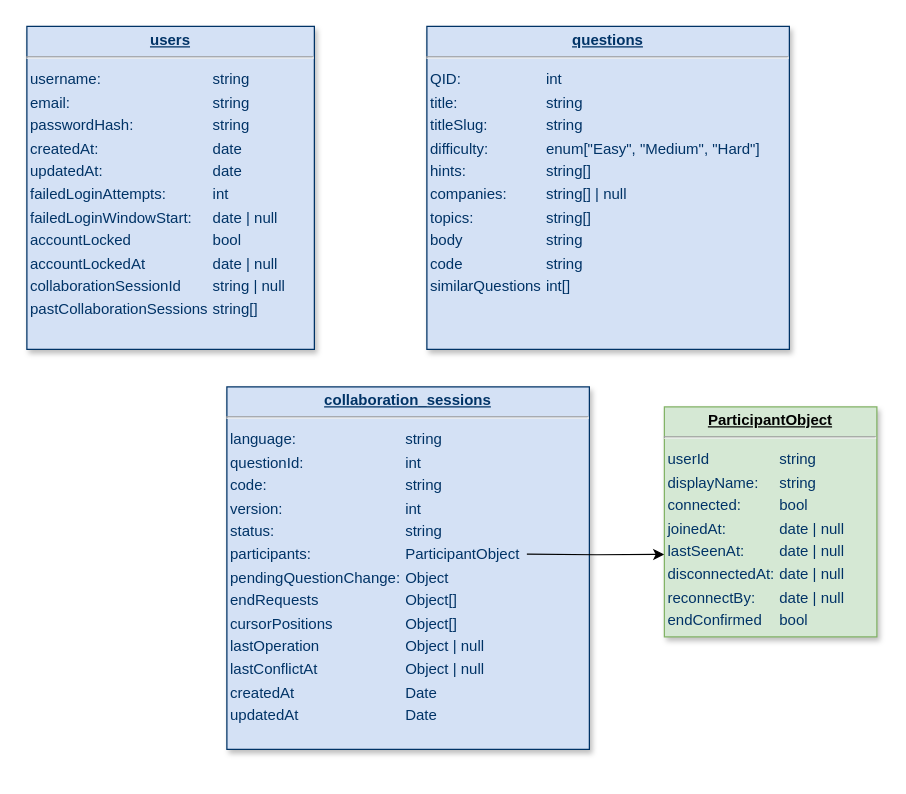
realqijun/cs3219-ay2526s1-project-g05 keeps this draw.io diagram as docs/Schemas.drawio. Above is the earlier version. Source tidied: cells renumbered, new cells numbered last; positions are measured from the earlier drawing's top-left corner, leaving out a move shared by most shapes. Both pictures are drawn from the tidied source at 125%, with x=0, y=0 at pixel (26, 26).
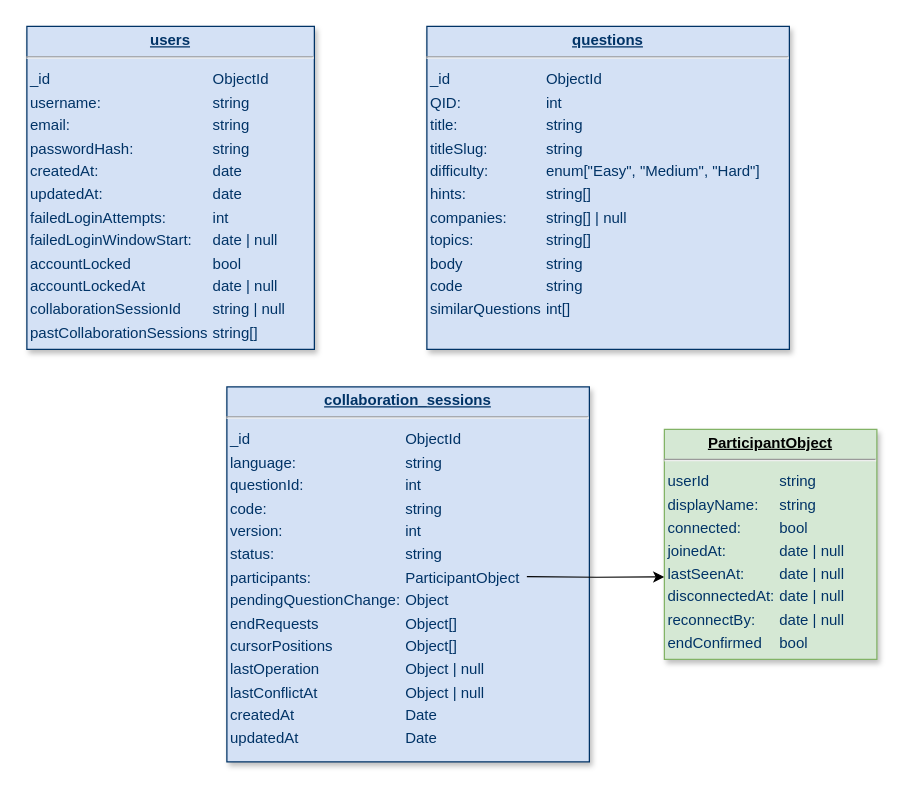
The same page after the edit.

What changed in the source:
```diff
@@
 <mxGraphModel>
   <root>
     <mxCell id="0" />
     <mxCell id="1" parent="0" />
-    <mxCell id="2" value="&lt;p style=&quot;margin: 0px; margin-top: 4px; text-align: center; text-decoration: underline;&quot;&gt;&lt;strong&gt;users&lt;/strong&gt;&lt;/p&gt;&lt;hr&gt;&lt;table style=&quot;background-color: transparent; color: light-dark(rgb(0, 51, 102), rgb(161, 205, 249));&quot;&gt;&lt;tbody&gt;&lt;tr&gt;&lt;td&gt;username:&lt;/td&gt;&lt;td&gt;string&lt;/td&gt;&lt;/tr&gt;&lt;tr&gt;&lt;td&gt;email:&lt;/td&gt;&lt;td&gt;string&lt;/td&gt;&lt;/tr&gt;&lt;tr&gt;&lt;td&gt;passwordHash:&lt;/td&gt;&lt;td&gt;string&lt;/td&gt;&lt;/tr&gt;&lt;tr&gt;&lt;td&gt;createdAt:&lt;/td&gt;&lt;td&gt;date&lt;/td&gt;&lt;/tr&gt;&lt;tr&gt;&lt;td&gt;updatedAt:&lt;/td&gt;&lt;td&gt;date&lt;/td&gt;&lt;/tr&gt;&lt;tr&gt;&lt;td&gt;failedLoginAttempts:&lt;/td&gt;&lt;td&gt;int&lt;/td&gt;&lt;/tr&gt;&lt;tr&gt;&lt;td&gt;failedLoginWindowStart:&lt;/td&gt;&lt;td&gt;date | null&lt;/td&gt;&lt;/tr&gt;&lt;tr&gt;&lt;td&gt;accountLocked&lt;/td&gt;&lt;td&gt;bool&lt;/td&gt;&lt;/tr&gt;&lt;tr&gt;&lt;td&gt;accountLockedAt&lt;/td&gt;&lt;td&gt;date | null&lt;/td&gt;&lt;/tr&gt;&lt;tr&gt;&lt;td&gt;collaborationSessionId&lt;/td&gt;&lt;td&gt;string | null&lt;/td&gt;&lt;/tr&gt;&lt;tr&gt;&lt;td&gt;pastCollaborationSessions&lt;/td&gt;&lt;td&gt;string[]&lt;/td&gt;&lt;/tr&gt;&lt;/tbody&gt;&lt;/table&gt;&lt;br&gt;&lt;p&gt;&lt;/p&gt;" style="verticalAlign=top;align=left;overflow=fill;fontSize=12;fontFamily=Helvetica;html=1;strokeColor=#003366;shadow=1;fillColor=#D4E1F5;fontColor=#003366;" parent="1" vertex="1">
+    <mxCell id="2" value="&lt;p style=&quot;margin: 0px; margin-top: 4px; text-align: center; text-decoration: underline;&quot;&gt;&lt;strong&gt;users&lt;/strong&gt;&lt;/p&gt;&lt;hr&gt;&lt;table style=&quot;background-color: transparent; color: light-dark(rgb(0, 51, 102), rgb(161, 205, 249));&quot;&gt;&lt;tbody&gt;&lt;tr&gt;&lt;td&gt;_id&lt;/td&gt;&lt;td&gt;ObjectId&lt;/td&gt;&lt;/tr&gt;&lt;tr&gt;&lt;td&gt;username:&lt;/td&gt;&lt;td&gt;string&lt;/td&gt;&lt;/tr&gt;&lt;tr&gt;&lt;td&gt;email:&lt;/td&gt;&lt;td&gt;string&lt;/td&gt;&lt;/tr&gt;&lt;tr&gt;&lt;td&gt;passwordHash:&lt;/td&gt;&lt;td&gt;string&lt;/td&gt;&lt;/tr&gt;&lt;tr&gt;&lt;td&gt;createdAt:&lt;/td&gt;&lt;td&gt;date&lt;/td&gt;&lt;/tr&gt;&lt;tr&gt;&lt;td&gt;updatedAt:&lt;/td&gt;&lt;td&gt;date&lt;/td&gt;&lt;/tr&gt;&lt;tr&gt;&lt;td&gt;failedLoginAttempts:&lt;/td&gt;&lt;td&gt;int&lt;/td&gt;&lt;/tr&gt;&lt;tr&gt;&lt;td&gt;failedLoginWindowStart:&lt;/td&gt;&lt;td&gt;date | null&lt;/td&gt;&lt;/tr&gt;&lt;tr&gt;&lt;td&gt;accountLocked&lt;/td&gt;&lt;td&gt;bool&lt;/td&gt;&lt;/tr&gt;&lt;tr&gt;&lt;td&gt;accountLockedAt&lt;/td&gt;&lt;td&gt;date | null&lt;/td&gt;&lt;/tr&gt;&lt;tr&gt;&lt;td&gt;collaborationSessionId&lt;/td&gt;&lt;td&gt;string | null&lt;/td&gt;&lt;/tr&gt;&lt;tr&gt;&lt;td&gt;pastCollaborationSessions&lt;/td&gt;&lt;td&gt;string[]&lt;/td&gt;&lt;/tr&gt;&lt;/tbody&gt;&lt;/table&gt;&lt;br&gt;&lt;p&gt;&lt;/p&gt;" style="verticalAlign=top;align=left;overflow=fill;fontSize=12;fontFamily=Helvetica;html=1;strokeColor=#003366;shadow=1;fillColor=#D4E1F5;fontColor=#003366;" parent="1" vertex="1">
       <mxGeometry y="-0.4" width="230" height="258.4" as="geometry" />
     </mxCell>
-    <mxCell id="3" value="&lt;p style=&quot;margin: 0px; margin-top: 4px; text-align: center; text-decoration: underline;&quot;&gt;&lt;b&gt;questions&lt;/b&gt;&lt;/p&gt;&lt;hr&gt;&lt;table style=&quot;background-color: transparent; color: light-dark(rgb(0, 51, 102), rgb(161, 205, 249));&quot;&gt;&lt;tbody&gt;&lt;tr&gt;&lt;td&gt;QID:&lt;/td&gt;&lt;td&gt;int&lt;/td&gt;&lt;/tr&gt;&lt;tr&gt;&lt;td&gt;title:&lt;/td&gt;&lt;td&gt;string&lt;/td&gt;&lt;/tr&gt;&lt;tr&gt;&lt;td&gt;titleSlug:&lt;/td&gt;&lt;td&gt;string&lt;/td&gt;&lt;/tr&gt;&lt;tr&gt;&lt;td&gt;difficulty:&lt;/td&gt;&lt;td&gt;enum[&quot;Easy&quot;, &quot;Medium&quot;, &quot;Hard&quot;]&lt;/td&gt;&lt;/tr&gt;&lt;tr&gt;&lt;td&gt;hints:&lt;/td&gt;&lt;td&gt;string[]&lt;/td&gt;&lt;/tr&gt;&lt;tr&gt;&lt;td&gt;companies:&lt;/td&gt;&lt;td&gt;string[] | null&lt;/td&gt;&lt;/tr&gt;&lt;tr&gt;&lt;td&gt;topics:&lt;/td&gt;&lt;td&gt;string[]&lt;/td&gt;&lt;/tr&gt;&lt;tr&gt;&lt;td&gt;body&lt;/td&gt;&lt;td&gt;string&lt;/td&gt;&lt;/tr&gt;&lt;tr&gt;&lt;td&gt;code&lt;/td&gt;&lt;td&gt;string&lt;/td&gt;&lt;/tr&gt;&lt;tr&gt;&lt;td&gt;similarQuestions&lt;/td&gt;&lt;td&gt;int[]&lt;/td&gt;&lt;/tr&gt;&lt;/tbody&gt;&lt;/table&gt;&lt;br&gt;&lt;p&gt;&lt;/p&gt;" style="verticalAlign=top;align=left;overflow=fill;fontSize=12;fontFamily=Helvetica;html=1;strokeColor=#003366;shadow=1;fillColor=#D4E1F5;fontColor=#003366;" parent="1" vertex="1">
+    <mxCell id="3" value="&lt;p style=&quot;margin: 0px; margin-top: 4px; text-align: center; text-decoration: underline;&quot;&gt;&lt;b&gt;questions&lt;/b&gt;&lt;/p&gt;&lt;hr&gt;&lt;table style=&quot;background-color: transparent; color: light-dark(rgb(0, 51, 102), rgb(161, 205, 249));&quot;&gt;&lt;tbody&gt;&lt;tr&gt;&lt;td&gt;_id&lt;/td&gt;&lt;td&gt;ObjectId&lt;/td&gt;&lt;/tr&gt;&lt;tr&gt;&lt;td&gt;QID:&lt;/td&gt;&lt;td&gt;int&lt;/td&gt;&lt;/tr&gt;&lt;tr&gt;&lt;td&gt;title:&lt;/td&gt;&lt;td&gt;string&lt;/td&gt;&lt;/tr&gt;&lt;tr&gt;&lt;td&gt;titleSlug:&lt;/td&gt;&lt;td&gt;string&lt;/td&gt;&lt;/tr&gt;&lt;tr&gt;&lt;td&gt;difficulty:&lt;/td&gt;&lt;td&gt;enum[&quot;Easy&quot;, &quot;Medium&quot;, &quot;Hard&quot;]&lt;/td&gt;&lt;/tr&gt;&lt;tr&gt;&lt;td&gt;hints:&lt;/td&gt;&lt;td&gt;string[]&lt;/td&gt;&lt;/tr&gt;&lt;tr&gt;&lt;td&gt;companies:&lt;/td&gt;&lt;td&gt;string[] | null&lt;/td&gt;&lt;/tr&gt;&lt;tr&gt;&lt;td&gt;topics:&lt;/td&gt;&lt;td&gt;string[]&lt;/td&gt;&lt;/tr&gt;&lt;tr&gt;&lt;td&gt;body&lt;/td&gt;&lt;td&gt;string&lt;/td&gt;&lt;/tr&gt;&lt;tr&gt;&lt;td&gt;code&lt;/td&gt;&lt;td&gt;string&lt;/td&gt;&lt;/tr&gt;&lt;tr&gt;&lt;td&gt;similarQuestions&lt;/td&gt;&lt;td&gt;int[]&lt;/td&gt;&lt;/tr&gt;&lt;/tbody&gt;&lt;/table&gt;&lt;br&gt;&lt;p&gt;&lt;/p&gt;" style="verticalAlign=top;align=left;overflow=fill;fontSize=12;fontFamily=Helvetica;html=1;strokeColor=#003366;shadow=1;fillColor=#D4E1F5;fontColor=#003366;" parent="1" vertex="1">
       <mxGeometry x="320" y="-0.4" width="290" height="258.4" as="geometry" />
     </mxCell>
-    <mxCell id="4" value="&lt;p style=&quot;margin: 0px; margin-top: 4px; text-align: center; text-decoration: underline;&quot;&gt;&lt;b&gt;collaboration_sessions&lt;/b&gt;&lt;/p&gt;&lt;hr&gt;&lt;table style=&quot;background-color: transparent; color: light-dark(rgb(0, 51, 102), rgb(161, 205, 249));&quot;&gt;&lt;tbody&gt;&lt;tr&gt;&lt;td&gt;language:&lt;/td&gt;&lt;td&gt;string&lt;/td&gt;&lt;/tr&gt;&lt;tr&gt;&lt;td&gt;questionId:&lt;/td&gt;&lt;td&gt;int&lt;/td&gt;&lt;/tr&gt;&lt;tr&gt;&lt;td&gt;code:&lt;/td&gt;&lt;td&gt;string&lt;/td&gt;&lt;/tr&gt;&lt;tr&gt;&lt;td&gt;version:&lt;/td&gt;&lt;td&gt;int&lt;/td&gt;&lt;/tr&gt;&lt;tr&gt;&lt;td&gt;status:&lt;/td&gt;&lt;td&gt;string&lt;/td&gt;&lt;/tr&gt;&lt;tr&gt;&lt;td&gt;participants:&lt;/td&gt;&lt;td&gt;ParticipantObject&lt;/td&gt;&lt;/tr&gt;&lt;tr&gt;&lt;td&gt;pendingQuestionChange:&lt;/td&gt;&lt;td&gt;Object&lt;/td&gt;&lt;/tr&gt;&lt;tr&gt;&lt;td&gt;endRequests&lt;/td&gt;&lt;td&gt;Object[]&lt;/td&gt;&lt;/tr&gt;&lt;tr&gt;&lt;td&gt;cursorPositions&lt;/td&gt;&lt;td&gt;Object[]&lt;/td&gt;&lt;/tr&gt;&lt;tr&gt;&lt;td&gt;lastOperation&lt;/td&gt;&lt;td&gt;Object | null&lt;/td&gt;&lt;/tr&gt;&lt;tr&gt;&lt;td&gt;lastConflictAt&lt;/td&gt;&lt;td&gt;Object | null&lt;/td&gt;&lt;/tr&gt;&lt;tr&gt;&lt;td&gt;createdAt&lt;/td&gt;&lt;td&gt;Date&lt;/td&gt;&lt;/tr&gt;&lt;tr&gt;&lt;td&gt;updatedAt&lt;/td&gt;&lt;td&gt;Date&lt;/td&gt;&lt;/tr&gt;&lt;/tbody&gt;&lt;/table&gt;&lt;br&gt;&lt;p&gt;&lt;/p&gt;" style="verticalAlign=top;align=left;overflow=fill;fontSize=12;fontFamily=Helvetica;html=1;strokeColor=#003366;shadow=1;fillColor=#D4E1F5;fontColor=#003366;" parent="1" vertex="1">
-      <mxGeometry x="160" y="288" width="290" height="290" as="geometry" />
+    <mxCell id="4" value="&lt;p style=&quot;margin: 0px; margin-top: 4px; text-align: center; text-decoration: underline;&quot;&gt;&lt;b&gt;collaboration_sessions&lt;/b&gt;&lt;/p&gt;&lt;hr&gt;&lt;table style=&quot;background-color: transparent; color: light-dark(rgb(0, 51, 102), rgb(161, 205, 249));&quot;&gt;&lt;tbody&gt;&lt;tr&gt;&lt;td&gt;_id&lt;/td&gt;&lt;td&gt;ObjectId&lt;/td&gt;&lt;/tr&gt;&lt;tr&gt;&lt;td&gt;language:&lt;/td&gt;&lt;td&gt;string&lt;/td&gt;&lt;/tr&gt;&lt;tr&gt;&lt;td&gt;questionId:&lt;/td&gt;&lt;td&gt;int&lt;/td&gt;&lt;/tr&gt;&lt;tr&gt;&lt;td&gt;code:&lt;/td&gt;&lt;td&gt;string&lt;/td&gt;&lt;/tr&gt;&lt;tr&gt;&lt;td&gt;version:&lt;/td&gt;&lt;td&gt;int&lt;/td&gt;&lt;/tr&gt;&lt;tr&gt;&lt;td&gt;status:&lt;/td&gt;&lt;td&gt;string&lt;/td&gt;&lt;/tr&gt;&lt;tr&gt;&lt;td&gt;participants:&lt;/td&gt;&lt;td&gt;ParticipantObject&lt;/td&gt;&lt;/tr&gt;&lt;tr&gt;&lt;td&gt;pendingQuestionChange:&lt;/td&gt;&lt;td&gt;Object&lt;/td&gt;&lt;/tr&gt;&lt;tr&gt;&lt;td&gt;endRequests&lt;/td&gt;&lt;td&gt;Object[]&lt;/td&gt;&lt;/tr&gt;&lt;tr&gt;&lt;td&gt;cursorPositions&lt;/td&gt;&lt;td&gt;Object[]&lt;/td&gt;&lt;/tr&gt;&lt;tr&gt;&lt;td&gt;lastOperation&lt;/td&gt;&lt;td&gt;Object | null&lt;/td&gt;&lt;/tr&gt;&lt;tr&gt;&lt;td&gt;lastConflictAt&lt;/td&gt;&lt;td&gt;Object | null&lt;/td&gt;&lt;/tr&gt;&lt;tr&gt;&lt;td&gt;createdAt&lt;/td&gt;&lt;td&gt;Date&lt;/td&gt;&lt;/tr&gt;&lt;tr&gt;&lt;td&gt;updatedAt&lt;/td&gt;&lt;td&gt;Date&lt;/td&gt;&lt;/tr&gt;&lt;/tbody&gt;&lt;/table&gt;&lt;br&gt;&lt;p&gt;&lt;/p&gt;" style="verticalAlign=top;align=left;overflow=fill;fontSize=12;fontFamily=Helvetica;html=1;strokeColor=#003366;shadow=1;fillColor=#D4E1F5;fontColor=#003366;" parent="1" vertex="1">
+      <mxGeometry x="160" y="288" width="290" height="300" as="geometry" />
     </mxCell>
     <mxCell id="5" style="edgeStyle=orthogonalEdgeStyle;rounded=0;orthogonalLoop=1;jettySize=auto;html=1;exitX=0.724;exitY=0.503;exitDx=0;exitDy=0;exitPerimeter=0;" parent="1" edge="1">
       <mxGeometry relative="1" as="geometry">
-        <mxPoint x="400" y="421.8" as="sourcePoint" />
-        <mxPoint x="510" y="422" as="targetPoint" />
+        <mxPoint x="400" y="439.8" as="sourcePoint" />
+        <mxPoint x="510" y="440" as="targetPoint" />
       </mxGeometry>
     </mxCell>
     <mxCell id="6" value="&lt;p style=&quot;margin: 0px; margin-top: 4px; text-align: center; text-decoration: underline;&quot;&gt;&lt;b&gt;ParticipantObject&lt;/b&gt;&lt;/p&gt;&lt;hr&gt;&lt;table style=&quot;background-color: transparent; color: light-dark(rgb(0, 51, 102), rgb(161, 205, 249));&quot;&gt;&lt;tbody&gt;&lt;tr&gt;&lt;td&gt;userId&lt;/td&gt;&lt;td&gt;string&lt;/td&gt;&lt;/tr&gt;&lt;tr&gt;&lt;td&gt;displayName:&lt;/td&gt;&lt;td&gt;string&lt;/td&gt;&lt;/tr&gt;&lt;tr&gt;&lt;td&gt;connected:&lt;/td&gt;&lt;td&gt;bool&lt;/td&gt;&lt;/tr&gt;&lt;tr&gt;&lt;td&gt;joinedAt:&lt;/td&gt;&lt;td&gt;date | null&lt;/td&gt;&lt;/tr&gt;&lt;tr&gt;&lt;td&gt;lastSeenAt:&lt;/td&gt;&lt;td&gt;date | null&lt;/td&gt;&lt;/tr&gt;&lt;tr&gt;&lt;td&gt;disconnectedAt:&lt;/td&gt;&lt;td&gt;date | null&lt;/td&gt;&lt;/tr&gt;&lt;tr&gt;&lt;td&gt;reconnectBy:&lt;/td&gt;&lt;td&gt;date | null&lt;/td&gt;&lt;/tr&gt;&lt;tr&gt;&lt;td&gt;endConfirmed&lt;/td&gt;&lt;td&gt;bool&lt;/td&gt;&lt;/tr&gt;&lt;tr&gt;&lt;td&gt;&lt;br&gt;&lt;/td&gt;&lt;td&gt;&lt;/td&gt;&lt;/tr&gt;&lt;/tbody&gt;&lt;/table&gt;&lt;br&gt;&lt;p&gt;&lt;/p&gt;" style="verticalAlign=top;align=left;overflow=fill;fontSize=12;fontFamily=Helvetica;html=1;strokeColor=#82b366;shadow=1;fillColor=#d5e8d4;" parent="1" vertex="1">
-      <mxGeometry x="510" y="304" width="170" height="184" as="geometry" />
+      <mxGeometry x="510" y="322" width="170" height="184" as="geometry" />
     </mxCell>
   </root>
 </mxGraphModel>
```
